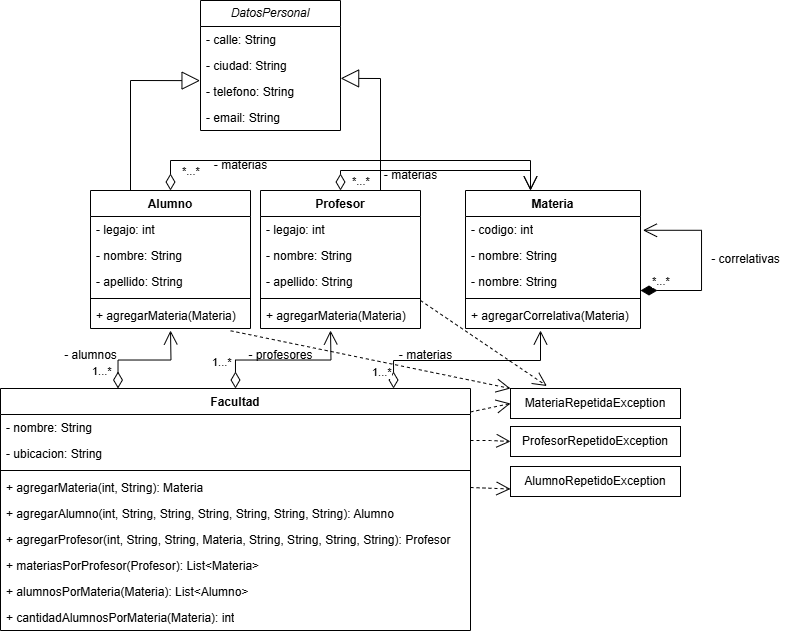
Earlier version of the draw.io export Tp1/Tp1Ej5/src/main/java/UML/Tp1Ej5_UML.png (BonanseaMariano/TpsPOO). Source tidied: cells renumbered, new cells last; positions are measured from the earlier drawing's top-left corner, leaving out a move shared by most shapes.
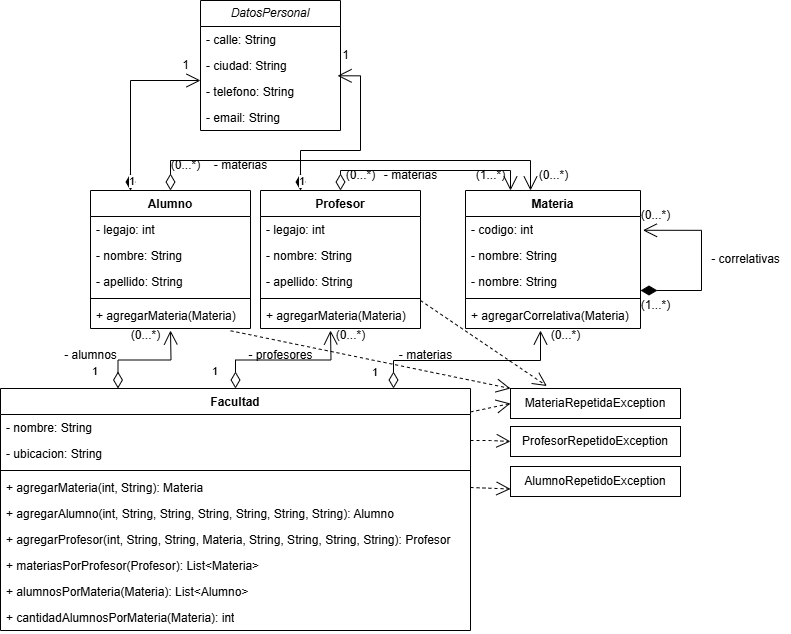
Above is the later version.

Change to the diagram source:
```diff
@@ -95,16 +95,17 @@
     <mxCell id="32" value="+ cantidadAlumnosPorMateria(Materia): int" style="text;strokeColor=none;fillColor=none;align=left;verticalAlign=top;spacingLeft=4;spacingRight=4;overflow=hidden;whiteSpace=wrap;html=1;" parent="23" vertex="1">
       <mxGeometry y="216" width="470" height="26" as="geometry" />
     </mxCell>
-    <mxCell id="33" value="*...*" style="endArrow=open;html=1;endSize=12;startArrow=diamondThin;startSize=14;startFill=0;edgeStyle=orthogonalEdgeStyle;align=left;verticalAlign=bottom;rounded=0;exitX=0.5;exitY=0;exitDx=0;exitDy=0;" parent="1" edge="1" source="8">
+    <mxCell id="33" style="endArrow=open;html=1;endSize=12;startArrow=diamondThin;startSize=14;startFill=0;edgeStyle=orthogonalEdgeStyle;align=left;verticalAlign=bottom;rounded=0;exitX=0.5;exitY=0;exitDx=0;exitDy=0;" parent="1" edge="1" source="8">
       <mxGeometry x="-1" y="-10" relative="1" as="geometry">
-        <mxPoint x="530" y="190" as="targetPoint" />
+        <mxPoint x="510" y="190" as="targetPoint" />
         <Array as="points">
           <mxPoint x="340" y="170" />
-          <mxPoint x="530" y="170" />
+          <mxPoint x="510" y="170" />
+          <mxPoint x="510" y="190" />
         </Array>
       </mxGeometry>
     </mxCell>
-    <mxCell id="34" value="*...*" style="endArrow=open;html=1;endSize=12;startArrow=diamondThin;startSize=14;startFill=0;edgeStyle=orthogonalEdgeStyle;align=left;verticalAlign=bottom;rounded=0;" parent="1" edge="1">
+    <mxCell id="34" value="&lt;span style=&quot;color: rgba(0, 0, 0, 0); font-family: monospace; font-size: 0px; background-color: rgb(251, 251, 251);&quot;&gt;%3CmxGraphModel%3E%3Croot%3E%3CmxCell%20id%3D%220%22%2F%3E%3CmxCell%20id%3D%221%22%20parent%3D%220%22%2F%3E%3CmxCell%20id%3D%222%22%20value%3D%22(0...*)%22%20style%3D%22text%3Bhtml%3D1%3Balign%3Dcenter%3BverticalAlign%3Dmiddle%3Bresizable%3D0%3Bpoints%3D%5B%5D%3Bautosize%3D1%3BstrokeColor%3Dnone%3BfillColor%3Dnone%3B%22%20vertex%3D%221%22%20parent%3D%221%22%3E%3CmxGeometry%20x%3D%22170%22%20y%3D%2220%22%20width%3D%2250%22%20height%3D%2230%22%20as%3D%22geometry%22%2F%3E%3C%2FmxCell%3E%3C%2Froot%3E%3C%2FmxGraphModel%3E&lt;/span&gt;" style="endArrow=open;html=1;endSize=12;startArrow=diamondThin;startSize=14;startFill=0;edgeStyle=orthogonalEdgeStyle;align=left;verticalAlign=bottom;rounded=0;" parent="1" edge="1">
       <mxGeometry x="-0.95" y="-10" relative="1" as="geometry">
         <mxPoint x="170" y="190" as="sourcePoint" />
         <mxPoint x="530" y="190" as="targetPoint" />
@@ -121,7 +122,7 @@
     <mxCell id="36" value="- materias" style="text;html=1;align=center;verticalAlign=middle;strokeColor=none;fillColor=none;" parent="1" vertex="1">
       <mxGeometry x="370" y="160" width="80" height="30" as="geometry" />
     </mxCell>
-    <mxCell id="37" value="1...*" style="endArrow=open;html=1;endSize=12;startArrow=diamondThin;startSize=14;startFill=0;edgeStyle=orthogonalEdgeStyle;align=left;verticalAlign=bottom;rounded=0;" parent="1" edge="1" source="23">
+    <mxCell id="37" value="1" style="endArrow=open;html=1;endSize=12;startArrow=diamondThin;startSize=14;startFill=0;edgeStyle=orthogonalEdgeStyle;align=left;verticalAlign=bottom;rounded=0;" parent="1" edge="1" source="23">
       <mxGeometry x="-0.93" y="23" relative="1" as="geometry">
         <mxPoint x="540" y="330" as="targetPoint" />
         <Array as="points">
@@ -130,13 +131,13 @@
         </Array>
       </mxGeometry>
     </mxCell>
-    <mxCell id="38" value="1...*" style="endArrow=open;html=1;endSize=12;startArrow=diamondThin;startSize=14;startFill=0;edgeStyle=orthogonalEdgeStyle;align=left;verticalAlign=bottom;rounded=0;exitX=0.25;exitY=0;exitDx=0;exitDy=0;" parent="1" edge="1" source="23">
+    <mxCell id="38" value="1" style="endArrow=open;html=1;endSize=12;startArrow=diamondThin;startSize=14;startFill=0;edgeStyle=orthogonalEdgeStyle;align=left;verticalAlign=bottom;rounded=0;exitX=0.25;exitY=0;exitDx=0;exitDy=0;" parent="1" edge="1" source="23">
       <mxGeometry x="-0.86" y="28" relative="1" as="geometry">
         <mxPoint x="170" y="330" as="targetPoint" />
       </mxGeometry>
     </mxCell>
-    <mxCell id="39" value="1...*" style="endArrow=open;html=1;endSize=12;startArrow=diamondThin;startSize=14;startFill=0;edgeStyle=orthogonalEdgeStyle;align=left;verticalAlign=bottom;rounded=0;exitX=0.5;exitY=0;exitDx=0;exitDy=0;" parent="1" edge="1" source="23">
-      <mxGeometry x="-0.78" y="25" relative="1" as="geometry">
+    <mxCell id="39" value="1" style="endArrow=open;html=1;endSize=12;startArrow=diamondThin;startSize=14;startFill=0;edgeStyle=orthogonalEdgeStyle;align=left;verticalAlign=bottom;rounded=0;exitX=0.5;exitY=0;exitDx=0;exitDy=0;" parent="1" edge="1" source="23">
+      <mxGeometry x="-0.9" y="25" relative="1" as="geometry">
         <mxPoint x="330" y="330" as="targetPoint" />
       </mxGeometry>
     </mxCell>
@@ -184,22 +185,7 @@
     <mxCell id="52" value="- email: String" style="text;strokeColor=none;fillColor=none;align=left;verticalAlign=top;spacingLeft=4;spacingRight=4;overflow=hidden;whiteSpace=wrap;html=1;" parent="48" vertex="1">
       <mxGeometry y="104" width="140" height="26" as="geometry" />
     </mxCell>
-    <mxCell id="53" style="endArrow=block;endSize=16;endFill=0;html=1;rounded=0;entryX=-0.003;entryY=1.082;entryDx=0;entryDy=0;exitX=0.25;exitY=0;exitDx=0;exitDy=0;entryPerimeter=0;" parent="1" edge="1" source="2" target="50">
-      <mxGeometry relative="1" as="geometry">
-        <Array as="points">
-          <mxPoint x="130" y="80" />
-        </Array>
-      </mxGeometry>
-    </mxCell>
-    <mxCell id="54" style="endArrow=block;endSize=16;endFill=0;html=1;rounded=0;entryX=1.001;entryY=-0.004;entryDx=0;entryDy=0;entryPerimeter=0;" parent="1" edge="1" target="51">
-      <mxGeometry relative="1" as="geometry">
-        <mxPoint x="380" y="190" as="sourcePoint" />
-        <Array as="points">
-          <mxPoint x="380" y="78" />
-        </Array>
-      </mxGeometry>
-    </mxCell>
-    <mxCell id="55" value="*...*" style="endArrow=open;html=1;endSize=12;startArrow=diamondThin;startSize=14;startFill=1;edgeStyle=orthogonalEdgeStyle;align=left;verticalAlign=bottom;rounded=0;entryX=1.014;entryY=0.53;entryDx=0;entryDy=0;entryPerimeter=0;" parent="1" edge="1" target="18">
+    <mxCell id="55" style="endArrow=open;html=1;endSize=12;startArrow=diamondThin;startSize=14;startFill=1;edgeStyle=orthogonalEdgeStyle;align=left;verticalAlign=bottom;rounded=0;entryX=1.014;entryY=0.53;entryDx=0;entryDy=0;entryPerimeter=0;" parent="1" edge="1" target="18">
       <mxGeometry x="-0.89" relative="1" as="geometry">
         <mxPoint x="640" y="290" as="sourcePoint" />
         <Array as="points">
@@ -211,5 +197,50 @@
     <mxCell id="56" value="- correlativas" style="text;html=1;align=center;verticalAlign=middle;strokeColor=none;fillColor=none;" parent="1" vertex="1">
       <mxGeometry x="700" y="244" width="90" height="30" as="geometry" />
     </mxCell>
+    <mxCell id="57" value="1" style="endArrow=open;html=1;endSize=12;startArrow=diamondThin;startSize=14;startFill=1;edgeStyle=orthogonalEdgeStyle;align=left;verticalAlign=bottom;rounded=0;entryX=0;entryY=0.077;entryDx=0;entryDy=0;entryPerimeter=0;exitX=0.25;exitY=0;exitDx=0;exitDy=0;" parent="1" edge="1" source="2" target="51">
+      <mxGeometry x="-1" y="3" relative="1" as="geometry" />
+    </mxCell>
+    <mxCell id="58" value="1" style="endArrow=open;html=1;endSize=12;startArrow=diamondThin;startSize=14;startFill=1;edgeStyle=orthogonalEdgeStyle;align=left;verticalAlign=bottom;rounded=0;entryX=0.979;entryY=0.896;entryDx=0;entryDy=0;entryPerimeter=0;exitX=0.25;exitY=0;exitDx=0;exitDy=0;" parent="1" edge="1" source="8" target="50">
+      <mxGeometry x="-1" y="3" relative="1" as="geometry">
+        <Array as="points">
+          <mxPoint x="300" y="150" />
+          <mxPoint x="360" y="150" />
+          <mxPoint x="360" y="75" />
+        </Array>
+      </mxGeometry>
+    </mxCell>
+    <mxCell id="59" value="1" style="text;html=1;align=center;verticalAlign=middle;strokeColor=none;fillColor=none;" parent="1" vertex="1">
+      <mxGeometry x="170" y="50" width="30" height="30" as="geometry" />
+    </mxCell>
+    <mxCell id="60" value="1" style="text;html=1;align=center;verticalAlign=middle;strokeColor=none;fillColor=none;" parent="1" vertex="1">
+      <mxGeometry x="330" y="40" width="30" height="30" as="geometry" />
+    </mxCell>
+    <mxCell id="61" value="(0...*)" style="text;html=1;align=center;verticalAlign=middle;strokeColor=none;fillColor=none;" parent="1" vertex="1">
+      <mxGeometry x="160" y="150" width="50" height="30" as="geometry" />
+    </mxCell>
+    <mxCell id="62" value="(0...*)" style="text;html=1;align=center;verticalAlign=middle;strokeColor=none;fillColor=none;" parent="1" vertex="1">
+      <mxGeometry x="335" y="160" width="50" height="30" as="geometry" />
+    </mxCell>
+    <mxCell id="63" value="(1...*)" style="text;html=1;align=center;verticalAlign=middle;strokeColor=none;fillColor=none;" parent="1" vertex="1">
+      <mxGeometry x="465" y="160" width="50" height="30" as="geometry" />
+    </mxCell>
+    <mxCell id="64" value="(0...*)" style="text;html=1;align=center;verticalAlign=middle;strokeColor=none;fillColor=none;" parent="1" vertex="1">
+      <mxGeometry x="527.5" y="160" width="50" height="30" as="geometry" />
+    </mxCell>
+    <mxCell id="65" value="(0...*)" style="text;html=1;align=center;verticalAlign=middle;strokeColor=none;fillColor=none;" parent="1" vertex="1">
+      <mxGeometry x="120" y="320" width="50" height="30" as="geometry" />
+    </mxCell>
+    <mxCell id="66" value="(0...*)" style="text;html=1;align=center;verticalAlign=middle;strokeColor=none;fillColor=none;" parent="1" vertex="1">
+      <mxGeometry x="325" y="320" width="50" height="30" as="geometry" />
+    </mxCell>
+    <mxCell id="67" value="(0...*)" style="text;html=1;align=center;verticalAlign=middle;strokeColor=none;fillColor=none;" parent="1" vertex="1">
+      <mxGeometry x="540" y="320" width="50" height="30" as="geometry" />
+    </mxCell>
+    <mxCell id="68" value="(0...*)" style="text;html=1;align=center;verticalAlign=middle;strokeColor=none;fillColor=none;" parent="1" vertex="1">
+      <mxGeometry x="630" y="200" width="50" height="30" as="geometry" />
+    </mxCell>
+    <mxCell id="69" value="(1...*)" style="text;html=1;align=center;verticalAlign=middle;strokeColor=none;fillColor=none;" parent="1" vertex="1">
+      <mxGeometry x="630" y="290" width="50" height="30" as="geometry" />
+    </mxCell>
   </root>
 </mxGraphModel>
```
